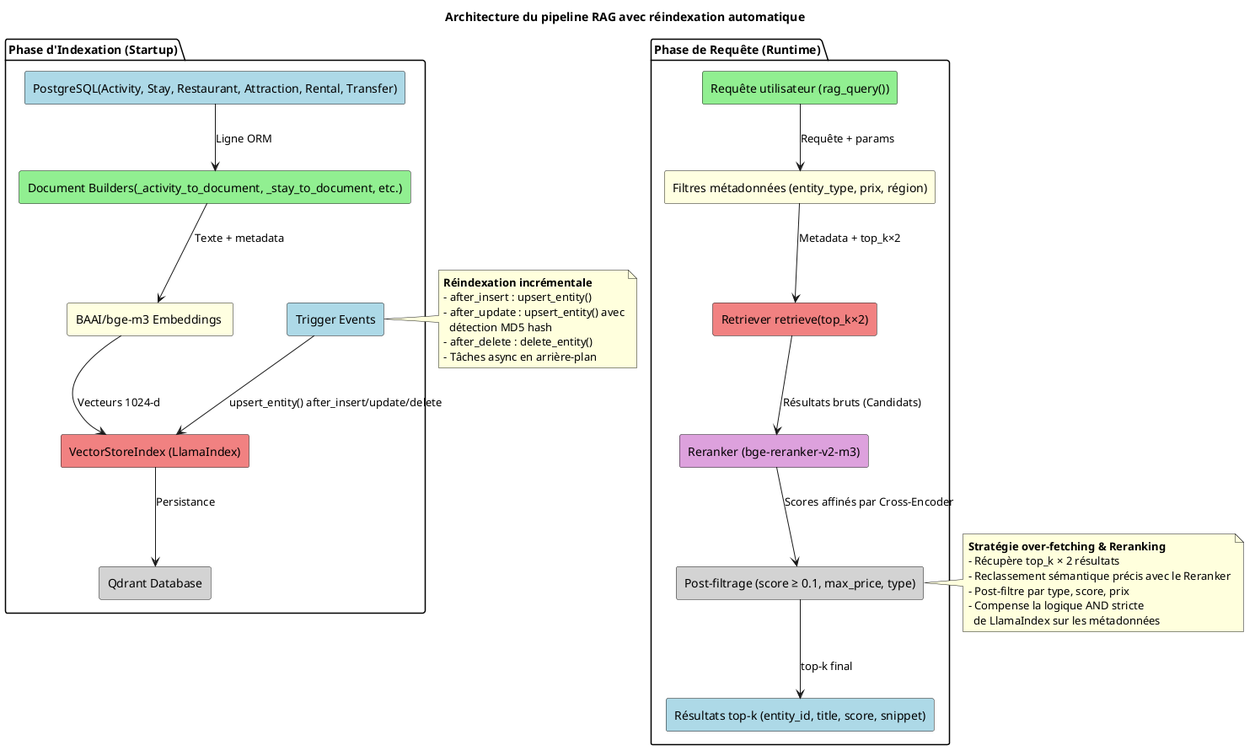
ahmed-addali/rapport keeps this PlantUML diagram as diagrams/fig_02_rag_architecture.png. Above is the earlier version.
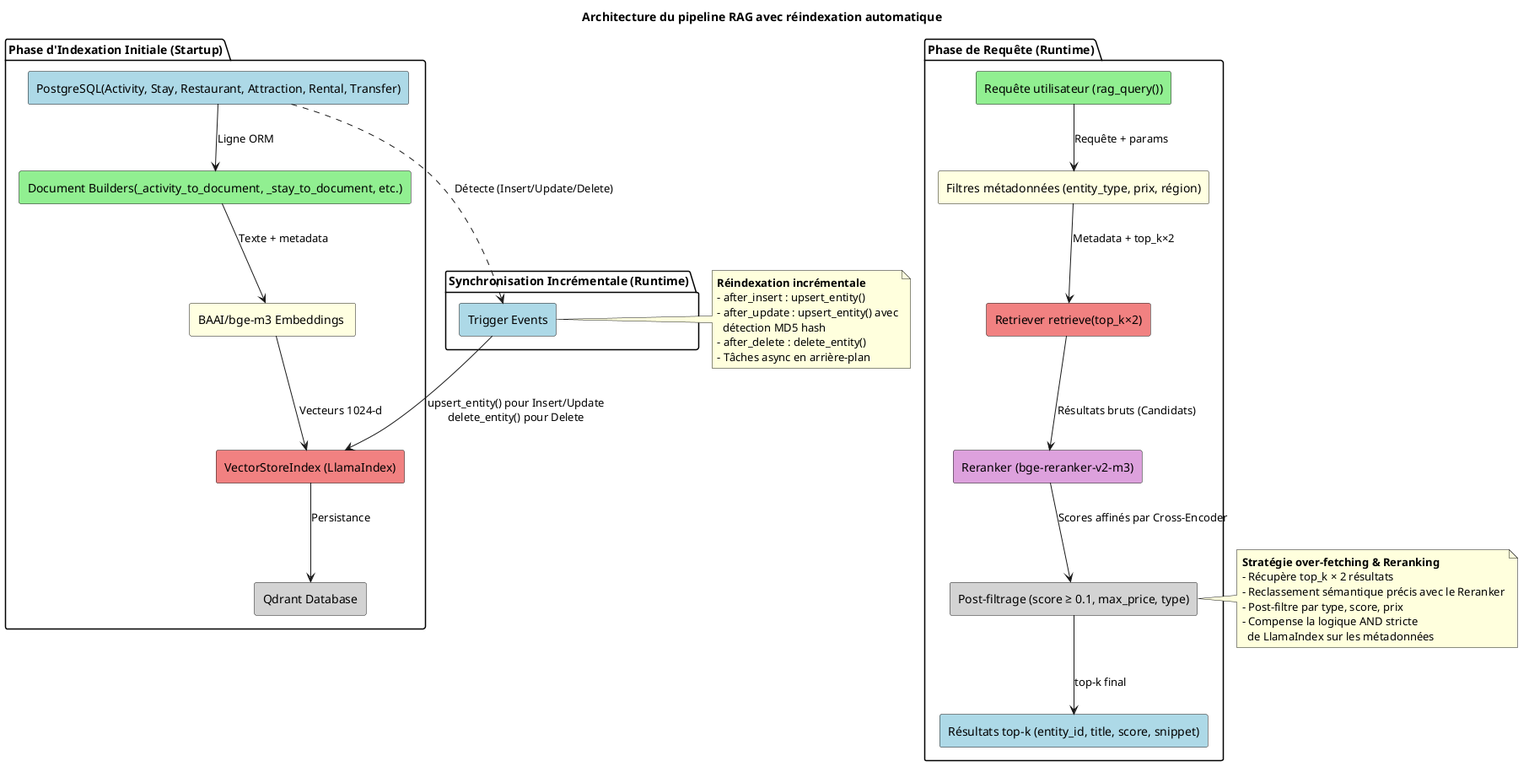
Above is the later version.

The edit, as a diff of the source:
```diff
@@ -6,12 +6,15 @@
 
 !define RECTANGLE class
 
-package "Phase d'Indexation (Startup)" {
+package "Phase d'Indexation Initiale (Startup)" {
   rectangle "PostgreSQL(Activity, Stay, Restaurant, Attraction, Rental, Transfer)" as PG1 #LightBlue
   rectangle "Document Builders(_activity_to_document, _stay_to_document, etc.)" as Builders #LightGreen
   rectangle "BAAI/bge-m3 Embeddings " as Embed #LightYellow
   rectangle "VectorStoreIndex (LlamaIndex)" as Index #LightCoral
   rectangle "Qdrant Database" as Storage #LightGray
+}
+
+package "Synchronisation Incrémentale (Runtime)" {
   rectangle "Trigger Events" as Events #LightBlue
 }
 
@@ -30,7 +33,9 @@
 Builders --> Embed : Texte + metadata
 Embed --> Index : Vecteurs 1024-d
 Index --> Storage : Persistance
-Events --> Index : upsert_entity() after_insert/update/delete
+
+PG1 -.-> Events : Détecte (Insert/Update/Delete)
+Events --> Index : upsert_entity() pour Insert/Update\ndelete_entity() pour Delete
 
 Query --> Filters : Requête + params
 Filters --> Retriever : Metadata + top_k×2
```
